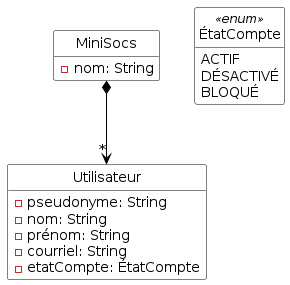
Before: Diagrammes/minisocs_uml_diag_classes_sans_notif.png, a diagram exported from PlantUML (ThELud0/Minisocs). The source it was exported from:
```plantuml
@startuml


hide empty methods
hide circle
skinparam class {
  BackgroundColor White
  ArrowColor Black
  BorderColor Black
}

class MiniSocs {
  - nom: String
}
class Utilisateur {
  - pseudonyme: String
  - nom: String
  - prénom: String
  - courriel: String
  - etatCompte: ÉtatCompte
}
enum ÉtatCompte <<enum>> {
  ACTIF
  DÉSACTIVÉ
  BLOQUÉ
}

MiniSocs *--> "*" Utilisateur


@enduml
```
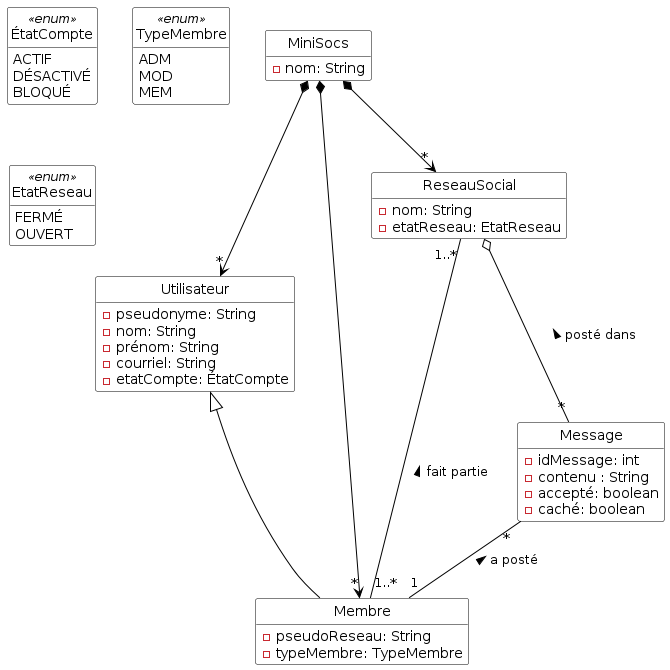
The same file after the commit.

Commit message:
modif readme et ajout diagramme de classe

What changed in the source:
```diff
@@ -8,6 +8,7 @@
   ArrowColor Black
   BorderColor Black
 }
+
 
 class MiniSocs {
   - nom: String
@@ -24,8 +25,37 @@
   DÉSACTIVÉ
   BLOQUÉ
 }
+class Membre {
+  - pseudoReseau: String
+  - typeMembre: TypeMembre
+}
+enum TypeMembre <<enum>> {
+  ADM
+  MOD
+  MEM
+}
+class ReseauSocial {
+  - nom: String
+  - etatReseau: EtatReseau
+}
+enum EtatReseau <<enum>> {
+  FERMÉ
+  OUVERT
+}
+class Message {
+  - idMessage: int
+  - contenu : String
+  - accepté: boolean
+  - caché: boolean
+}
 
 MiniSocs *--> "*" Utilisateur
+MiniSocs *--> "*" Membre
+MiniSocs *--> "*" ReseauSocial
+Utilisateur <|-- Membre
+ReseauSocial "1..*" -- "1..*" Membre : < fait partie
+Message "*" -- "1" Membre : < a posté
+ReseauSocial o-- "*" Message : < posté dans
 
 
 @enduml
```
